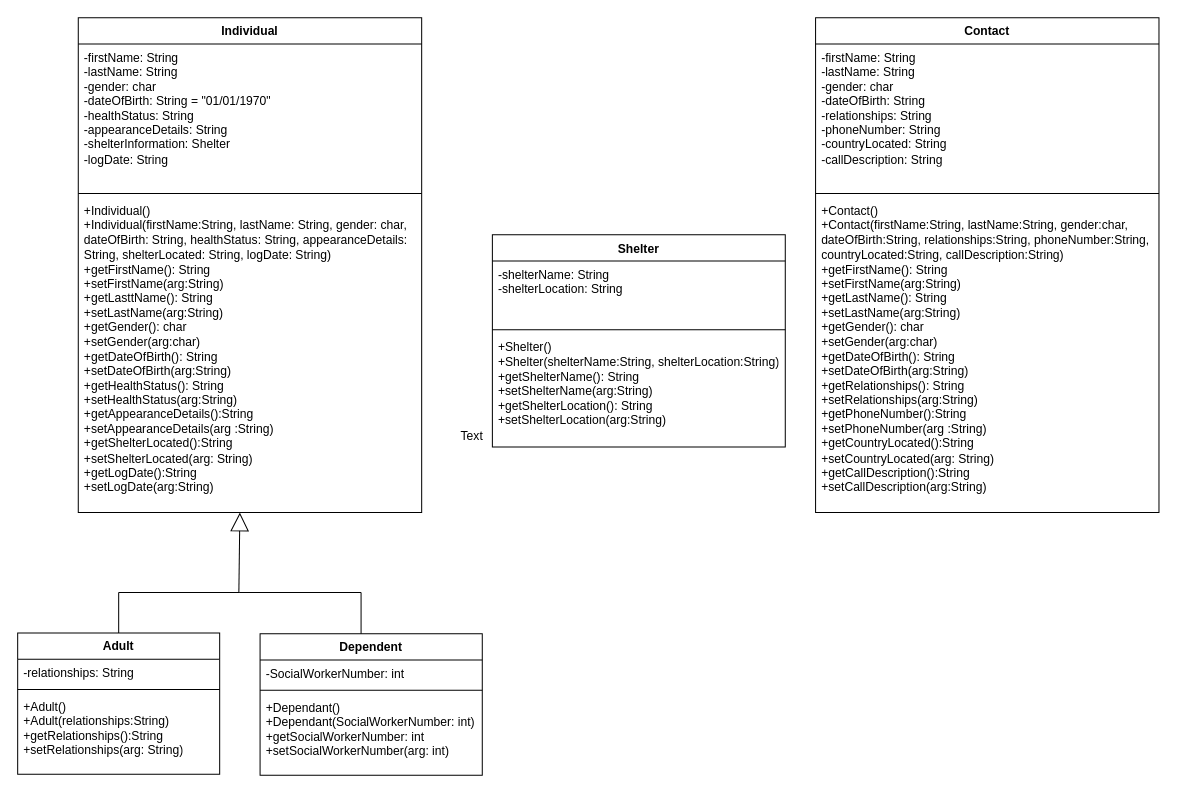
ENSF-380-Group-25/Project-1 keeps this draw.io diagram as disaster_recover_UML_25.drawio. Above is the earlier version. Source tidied: cells renumbered, new cells numbered last; positions are measured from the earlier drawing's top-left corner, leaving out a move shared by most shapes. Both pictures are drawn from the tidied source at 101%, with x=0, y=0 at pixel (17, 17).
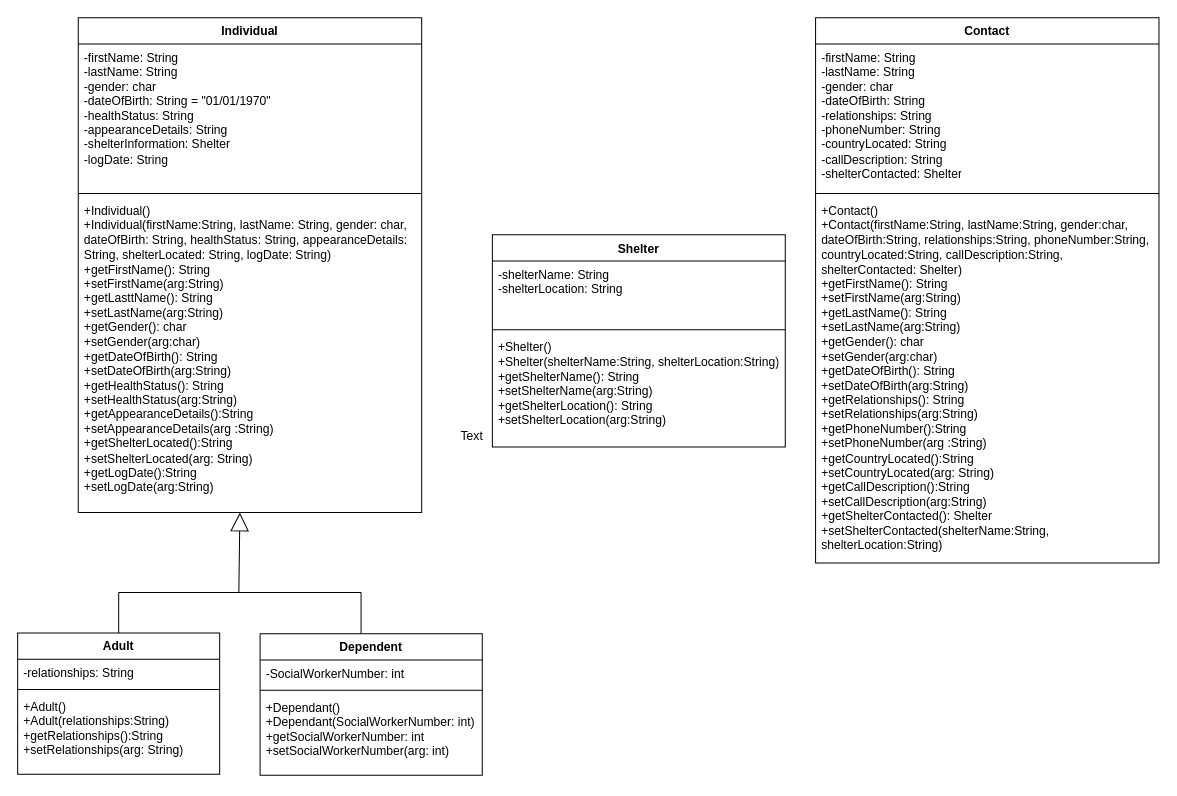
After the change.

Commit message:
added shelter attribute to the contact class

Diff of the diagram source:
```diff
@@
     <mxCell id="23" value="Contact" style="swimlane;fontStyle=1;align=center;verticalAlign=top;horizontal=1;startSize=26;whiteSpace=wrap;html=1;" parent="1" vertex="1">
-      <mxGeometry x="790" width="340" height="490" as="geometry" />
+      <mxGeometry x="790" width="340" height="540" as="geometry" />
     </mxCell>
-    <mxCell id="24" value="&lt;div&gt;-firstName: String&lt;div&gt;-lastName: String&lt;/div&gt;&lt;div&gt;-gender: char&lt;/div&gt;&lt;div&gt;-dateOfBirth: String&lt;/div&gt;&lt;div&gt;-relationships: String&lt;/div&gt;&lt;div&gt;-phoneNumber: String&lt;/div&gt;&lt;div&gt;-countryLocated: String&lt;/div&gt;&lt;div&gt;-callDescription: String&lt;/div&gt;&lt;/div&gt;" style="text;strokeColor=none;fillColor=none;align=left;verticalAlign=top;spacingLeft=4;spacingRight=4;overflow=hidden;whiteSpace=wrap;html=1;" parent="23" vertex="1">
+    <mxCell id="24" value="&lt;div&gt;-firstName: String&lt;div&gt;-lastName: String&lt;/div&gt;&lt;div&gt;-gender: char&lt;/div&gt;&lt;div&gt;-dateOfBirth: String&lt;/div&gt;&lt;div&gt;-relationships: String&lt;/div&gt;&lt;div&gt;-phoneNumber: String&lt;/div&gt;&lt;div&gt;-countryLocated: String&lt;/div&gt;&lt;div&gt;-callDescription: String&lt;/div&gt;&lt;/div&gt;&lt;div&gt;-shelterContacted: Shelter&lt;/div&gt;" style="text;strokeColor=none;fillColor=none;align=left;verticalAlign=top;spacingLeft=4;spacingRight=4;overflow=hidden;whiteSpace=wrap;html=1;" parent="23" vertex="1">
       <mxGeometry y="26" width="340" height="144" as="geometry" />
     </mxCell>
@@
-    <mxCell id="26" value="&lt;div&gt;+Contact()&lt;/div&gt;&lt;div&gt;+Contact(firstName:String, lastName:String, gender:char, dateOfBirth:String, relationships:String, phoneNumber:String, countryLocated:String, callDescription:String)&lt;/div&gt;+getFirstName(): String&lt;div&gt;+setFirstName(arg:String)&lt;/div&gt;&lt;div&gt;+getLastName(): String&lt;div&gt;+setLastName(arg:String)&lt;/div&gt;&lt;div&gt;+getGender(): char&lt;div&gt;+setGender(arg:char)&lt;/div&gt;&lt;div&gt;+getDateOfBirth(): String&lt;div&gt;+setDateOfBirth(arg:String)&lt;/div&gt;&lt;div&gt;+getRelationships(): String&lt;div&gt;+setRelationships(arg:String)&lt;/div&gt;&lt;div&gt;+getPhoneNumber():String&lt;/div&gt;&lt;div&gt;+setPhoneNumber(arg&amp;nbsp;&lt;span style=&quot;background-color: transparent; color: light-dark(rgb(0, 0, 0), rgb(255, 255, 255));&quot;&gt;:String&lt;/span&gt;&lt;span style=&quot;background-color: transparent; color: light-dark(rgb(0, 0, 0), rgb(255, 255, 255));&quot;&gt;)&lt;/span&gt;&lt;/div&gt;&lt;div&gt;+getCountryLocated():String&lt;/div&gt;&lt;div&gt;+setCountryLocated(arg: String)&lt;/div&gt;&lt;div&gt;+getCallDescription():String&lt;/div&gt;&lt;div&gt;+setCallDescription(arg:String)&lt;/div&gt;&lt;/div&gt;&lt;/div&gt;&lt;/div&gt;&lt;/div&gt;" style="text;strokeColor=none;fillColor=none;align=left;verticalAlign=top;spacingLeft=4;spacingRight=4;overflow=hidden;whiteSpace=wrap;html=1;" parent="23" vertex="1">
-      <mxGeometry y="178" width="340" height="312" as="geometry" />
+    <mxCell id="26" value="&lt;div&gt;+Contact()&lt;/div&gt;&lt;div&gt;+Contact(firstName:String, lastName:String, gender:char, dateOfBirth:String, relationships:String, phoneNumber:String, countryLocated:String, callDescription:String, shelterContacted: Shelter)&lt;/div&gt;+getFirstName(): String&lt;div&gt;+setFirstName(arg:String)&lt;/div&gt;&lt;div&gt;+getLastName(): String&lt;div&gt;+setLastName(arg:String)&lt;/div&gt;&lt;div&gt;+getGender(): char&lt;div&gt;+setGender(arg:char)&lt;/div&gt;&lt;div&gt;+getDateOfBirth(): String&lt;div&gt;+setDateOfBirth(arg:String)&lt;/div&gt;&lt;div&gt;+getRelationships(): String&lt;div&gt;+setRelationships(arg:String)&lt;/div&gt;&lt;div&gt;+getPhoneNumber():String&lt;/div&gt;&lt;div&gt;+setPhoneNumber(arg&amp;nbsp;&lt;span style=&quot;background-color: transparent; color: light-dark(rgb(0, 0, 0), rgb(255, 255, 255));&quot;&gt;:String&lt;/span&gt;&lt;span style=&quot;background-color: transparent; color: light-dark(rgb(0, 0, 0), rgb(255, 255, 255));&quot;&gt;)&lt;/span&gt;&lt;/div&gt;&lt;div&gt;+getCountryLocated():String&lt;/div&gt;&lt;div&gt;+setCountryLocated(arg: String)&lt;/div&gt;&lt;div&gt;+getCallDescription():String&lt;/div&gt;&lt;div&gt;+setCallDescription(arg:String)&lt;/div&gt;&lt;/div&gt;&lt;/div&gt;&lt;/div&gt;&lt;/div&gt;&lt;div&gt;+getShelterContacted(): Shelter&lt;/div&gt;&lt;div&gt;+setShelterContacted(shelterName:String, shelterLocation:String)&lt;/div&gt;" style="text;strokeColor=none;fillColor=none;align=left;verticalAlign=top;spacingLeft=4;spacingRight=4;overflow=hidden;whiteSpace=wrap;html=1;" parent="23" vertex="1">
+      <mxGeometry y="178" width="340" height="362" as="geometry" />
     </mxCell>
```
